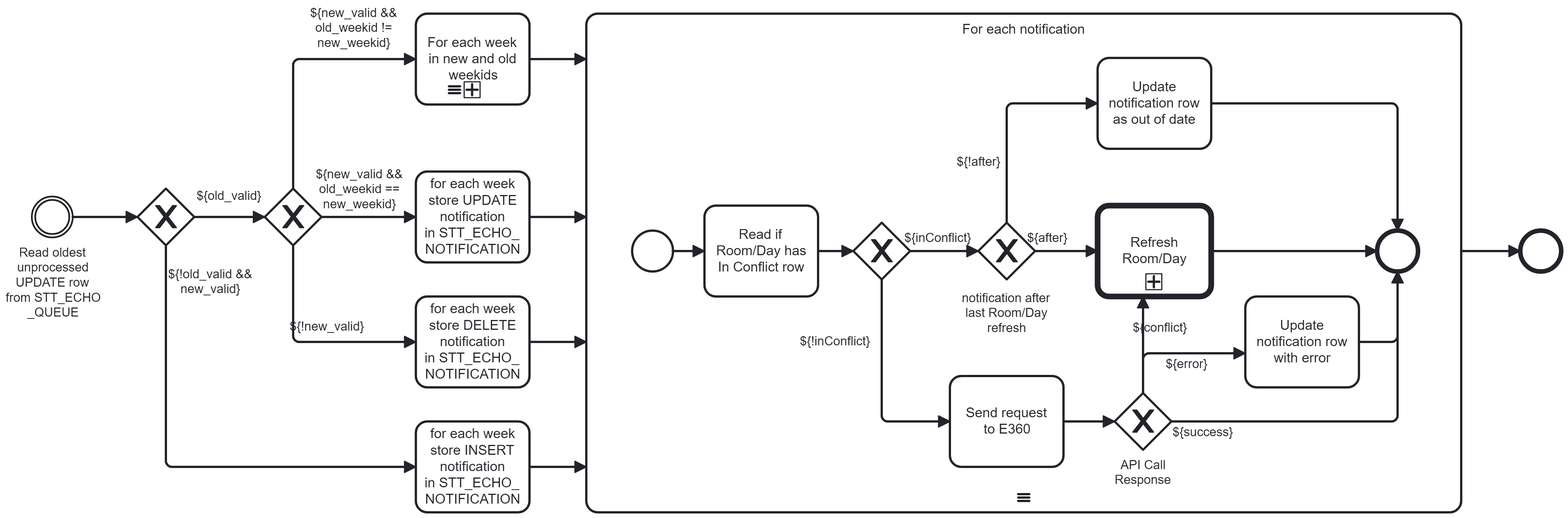
Earlier version of the BPMN export img/notification-update.png (ororker/cmis-e360). Its source is kept beside it as notification-update.bpmn. Ids are renumbered.
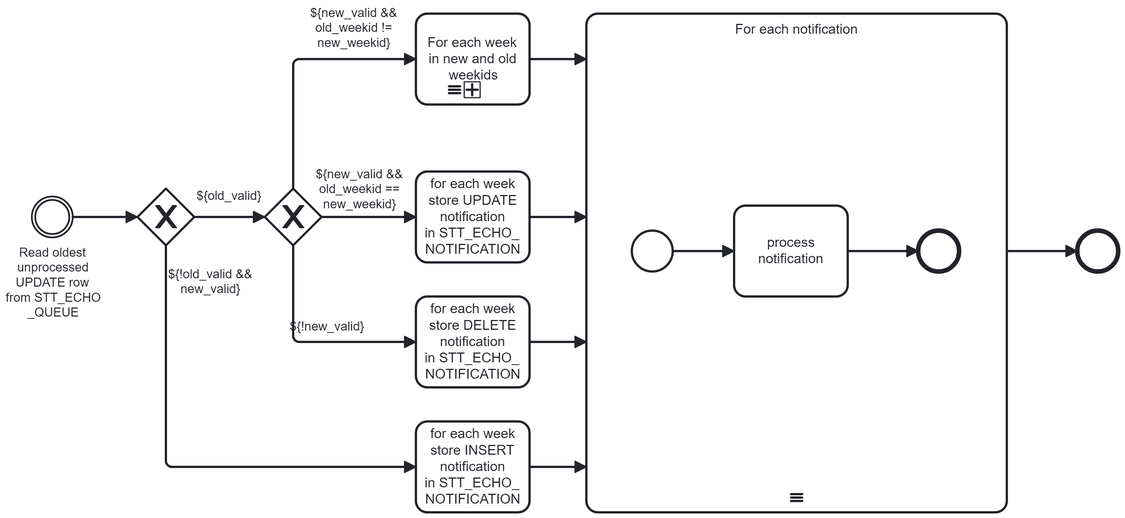
Later version of the same file.

What changed in the source:
```diff
@@ -1,4 +1,4 @@
-<bpmn:definitions xmlns:bpmn="http://www.omg.org/spec/BPMN/20100524/MODEL" xmlns:bpmndi="http://www.omg.org/spec/BPMN/20100524/DI" xmlns:dc="http://www.omg.org/spec/DD/20100524/DC" xmlns:di="http://www.omg.org/spec/DD/20100524/DI" xmlns:xsi="http://www.w3.org/2001/XMLSchema-instance" xmlns:zeebe="http://camunda.org/schema/zeebe/1.0" xmlns:modeler="http://camunda.org/schema/modeler/1.0" id="Definitions_n1" targetNamespace="http://bpmn.io/schema/bpmn" exporter="Camunda Modeler" exporterVersion="5.29.0" modeler:executionPlatform="Camunda Cloud" modeler:executionPlatformVersion="8.6.0">
+<bpmn:definitions xmlns:bpmn="http://www.omg.org/spec/BPMN/20100524/MODEL" xmlns:bpmndi="http://www.omg.org/spec/BPMN/20100524/DI" xmlns:dc="http://www.omg.org/spec/DD/20100524/DC" xmlns:di="http://www.omg.org/spec/DD/20100524/DI" xmlns:xsi="http://www.w3.org/2001/XMLSchema-instance" xmlns:modeler="http://camunda.org/schema/modeler/1.0" id="Definitions_n1" targetNamespace="http://bpmn.io/schema/bpmn" exporter="Camunda Modeler" exporterVersion="5.29.0" modeler:executionPlatform="Camunda Cloud" modeler:executionPlatformVersion="8.6.0">
   <bpmn:process id="Process_n2" isExecutable="true">
     <bpmn:sequenceFlow id="Flow_n3" name="${!new_valid}" sourceRef="Gateway_n4" targetRef="Activity_n5" />
     <bpmn:sequenceFlow id="Flow_n6" name="${!old_valid &#38;&#38; new_valid}" sourceRef="Gateway_n7" targetRef="Activity_n8" />
@@ -21,67 +21,17 @@
       <bpmn:incoming>Flow_n21</bpmn:incoming>
       <bpmn:outgoing>Flow_n15</bpmn:outgoing>
       <bpmn:multiInstanceLoopCharacteristics isSequential="true" />
-      <bpmn:sequenceFlow id="Flow_n23" name="${!after}" sourceRef="Gateway_n24" targetRef="Activity_n25" />
-      <bpmn:sequenceFlow id="Flow_n26" name="${!inConflict}" sourceRef="Gateway_n27" targetRef="Activity_n28" />
-      <bpmn:sequenceFlow id="Flow_n29" name="${after}" sourceRef="Gateway_n24" targetRef="Activity_n30" />
-      <bpmn:sequenceFlow id="Flow_n31" name="${conflict}" sourceRef="Gateway_n32" targetRef="Activity_n30" />
-      <bpmn:sequenceFlow id="Flow_n33" name="${error}" sourceRef="Gateway_n32" targetRef="Activity_n34" />
-      <bpmn:sequenceFlow id="Flow_n35" name="${inConflict}" sourceRef="Gateway_n27" targetRef="Gateway_n24" />
-      <bpmn:sequenceFlow id="Flow_n36" name="${success}" sourceRef="Gateway_n32" targetRef="Event_n37" />
-      <bpmn:exclusiveGateway id="Gateway_n32" name="API Call Response">
-        <bpmn:incoming>Flow_n38</bpmn:incoming>
-        <bpmn:outgoing>Flow_n36</bpmn:outgoing>
-        <bpmn:outgoing>Flow_n31</bpmn:outgoing>
-        <bpmn:outgoing>Flow_n33</bpmn:outgoing>
-      </bpmn:exclusiveGateway>
       <bpmn:startEvent id="Event_n39">
-        <bpmn:outgoing>Flow_n40</bpmn:outgoing>
+        <bpmn:outgoing>Flow_n61</bpmn:outgoing>
       </bpmn:startEvent>
-      <bpmn:endEvent id="Event_n37">
-        <bpmn:incoming>Flow_n41</bpmn:incoming>
-        <bpmn:incoming>Flow_n42</bpmn:incoming>
-        <bpmn:incoming>Flow_n43</bpmn:incoming>
-        <bpmn:incoming>Flow_n36</bpmn:incoming>
+      <bpmn:endEvent id="Event_n62">
+        <bpmn:incoming>Flow_n63</bpmn:incoming>
       </bpmn:endEvent>
-      <bpmn:sequenceFlow id="Flow_n38" sourceRef="Activity_n28" targetRef="Gateway_n32" />
-      <bpmn:sequenceFlow id="Flow_n40" sourceRef="Event_n39" targetRef="Gateway_n44" />
-      <bpmn:sequenceFlow id="Flow_n42" sourceRef="Activity_n25" targetRef="Event_n37" />
-      <bpmn:sequenceFlow id="Flow_n41" sourceRef="Activity_n30" targetRef="Event_n37" />
-      <bpmn:sequenceFlow id="Flow_n43" sourceRef="Activity_n34" targetRef="Event_n37" />
-      <bpmn:sequenceFlow id="Flow_n45" sourceRef="Gateway_n27" targetRef="Gateway_n24" />
-      <bpmn:exclusiveGateway id="Gateway_n27">
-        <bpmn:outgoing>Flow_n26</bpmn:outgoing>
-        <bpmn:outgoing>Flow_n35</bpmn:outgoing>
-        <bpmn:outgoing>Flow_n45</bpmn:outgoing>
-      </bpmn:exclusiveGateway>
-      <bpmn:exclusiveGateway id="Gateway_n44" name="Last room/day refresh after notification">
-        <bpmn:incoming>Flow_n40</bpmn:incoming>
-      </bpmn:exclusiveGateway>
-      <bpmn:exclusiveGateway id="Gateway_n24" name="notification after last Room/Day refresh">
-        <bpmn:incoming>Flow_n45</bpmn:incoming>
-        <bpmn:incoming>Flow_n35</bpmn:incoming>
-        <bpmn:outgoing>Flow_n23</bpmn:outgoing>
-        <bpmn:outgoing>Flow_n29</bpmn:outgoing>
-      </bpmn:exclusiveGateway>
-      <bpmn:callActivity id="Activity_n30" name="Refresh Room/Day">
-        <bpmn:extensionElements>
-          <zeebe:calledElement processId="refresh-room-day" propagateAllChildVariables="false" />
-        </bpmn:extensionElements>
-        <bpmn:incoming>Flow_n29</bpmn:incoming>
-        <bpmn:incoming>Flow_n31</bpmn:incoming>
-        <bpmn:outgoing>Flow_n41</bpmn:outgoing>
-      </bpmn:callActivity>
-      <bpmn:task id="Activity_n28" name="Send request to E360">
-        <bpmn:incoming>Flow_n26</bpmn:incoming>
-        <bpmn:outgoing>Flow_n38</bpmn:outgoing>
-      </bpmn:task>
-      <bpmn:task id="Activity_n25" name="Update notification row as out of date">
-        <bpmn:incoming>Flow_n23</bpmn:incoming>
-        <bpmn:outgoing>Flow_n42</bpmn:outgoing>
-      </bpmn:task>
-      <bpmn:task id="Activity_n34" name="Update notification row with error">
-        <bpmn:incoming>Flow_n33</bpmn:incoming>
-        <bpmn:outgoing>Flow_n43</bpmn:outgoing>
+      <bpmn:sequenceFlow id="Flow_n63" sourceRef="Activity_n64" targetRef="Event_n62" />
+      <bpmn:sequenceFlow id="Flow_n61" sourceRef="Event_n39" targetRef="Activity_n64" />
+      <bpmn:task id="Activity_n64" name="process notification">
+        <bpmn:incoming>Flow_n61</bpmn:incoming>
+        <bpmn:outgoing>Flow_n63</bpmn:outgoing>
       </bpmn:task>
     </bpmn:subProcess>
     <bpmn:subProcess id="Activity_n10" name="For each week in new and old weekids">
@@ -151,11 +101,34 @@
   </bpmn:process>
   <bpmndi:BPMNDiagram id="BPMNDiagram_1">
     <bpmndi:BPMNPlane id="BPMNPlane_1" bpmnElement="Process_n2">
-      <bpmndi:BPMNShape id="Gateway_n7_di" bpmnElement="Gateway_n7" isMarkerVisible="true">
-        <dc:Bounds x="275" y="255" width="50" height="50" />
+      <bpmndi:BPMNShape id="Event_n14_di" bpmnElement="Event_n14">
+        <dc:Bounds x="1102" y="292" width="36" height="36" />
       </bpmndi:BPMNShape>
-      <bpmndi:BPMNShape id="Gateway_n4_di" bpmnElement="Gateway_n4" isMarkerVisible="true">
-        <dc:Bounds x="387" y="255" width="50" height="50" />
+      <bpmndi:BPMNShape id="Activity_16q0xm1_di" bpmnElement="Activity_n19" isExpanded="true">
+        <dc:Bounds x="670" y="101" width="370" height="439" />
+        <bpmndi:BPMNLabel />
+      </bpmndi:BPMNShape>
+      <bpmndi:BPMNShape id="Event_n39_di" bpmnElement="Event_n39">
+        <dc:Bounds x="710.3333333333335" y="292" width="36" height="36" />
+      </bpmndi:BPMNShape>
+      <bpmndi:BPMNShape id="Activity_n64_di" bpmnElement="Activity_n64">
+        <dc:Bounds x="800" y="270" width="100" height="80" />
+        <bpmndi:BPMNLabel />
+      </bpmndi:BPMNShape>
+      <bpmndi:BPMNShape id="Event_n62_di" bpmnElement="Event_n62">
+        <dc:Bounds x="962" y="292" width="36" height="36" />
+      </bpmndi:BPMNShape>
+      <bpmndi:BPMNEdge id="Flow_n61_di" bpmnElement="Flow_n61">
+        <di:waypoint x="746" y="310" />
+        <di:waypoint x="800" y="310" />
+      </bpmndi:BPMNEdge>
+      <bpmndi:BPMNEdge id="Flow_n63_di" bpmnElement="Flow_n63">
+        <di:waypoint x="900" y="310" />
+        <di:waypoint x="962" y="310" />
+      </bpmndi:BPMNEdge>
+      <bpmndi:BPMNShape id="Activity_136tng3_di" bpmnElement="Activity_n10" isExpanded="false">
+        <dc:Bounds x="520" y="101" width="100" height="80" />
+        <bpmndi:BPMNLabel />
       </bpmndi:BPMNShape>
       <bpmndi:BPMNShape id="Activity_n5_di" bpmnElement="Activity_n5">
         <dc:Bounds x="520" y="350" width="100" height="80" />
@@ -169,147 +142,25 @@
         <dc:Bounds x="520" y="240" width="100" height="80" />
         <bpmndi:BPMNLabel />
       </bpmndi:BPMNShape>
+      <bpmndi:BPMNShape id="Gateway_n7_di" bpmnElement="Gateway_n7" isMarkerVisible="true">
+        <dc:Bounds x="275" y="255" width="50" height="50" />
+      </bpmndi:BPMNShape>
+      <bpmndi:BPMNShape id="Gateway_n4_di" bpmnElement="Gateway_n4" isMarkerVisible="true">
+        <dc:Bounds x="387" y="255" width="50" height="50" />
+      </bpmndi:BPMNShape>
       <bpmndi:BPMNShape id="Event_n17_di" bpmnElement="Event_n17">
         <dc:Bounds x="182" y="262" width="36" height="36" />
         <bpmndi:BPMNLabel>
           <dc:Bounds x="159" y="305" width="84" height="66" />
         </bpmndi:BPMNLabel>
       </bpmndi:BPMNShape>
-      <bpmndi:BPMNShape id="Event_n14_di" bpmnElement="Event_n14">
-        <dc:Bounds x="1942" y="292" width="36" height="36" />
-      </bpmndi:BPMNShape>
-      <bpmndi:BPMNShape id="Activity_136tng3_di" bpmnElement="Activity_n10" isExpanded="false">
-        <dc:Bounds x="520" y="101" width="100" height="80" />
-        <bpmndi:BPMNLabel />
-      </bpmndi:BPMNShape>
-      <bpmndi:BPMNShape id="Activity_16q0xm1_di" bpmnElement="Activity_n19" isExpanded="true">
-        <dc:Bounds x="670" y="101" width="1220" height="439" />
-        <bpmndi:BPMNLabel />
-      </bpmndi:BPMNShape>
-      <bpmndi:BPMNShape id="Event_n39_di" bpmnElement="Event_n39">
-        <dc:Bounds x="710.3333333333335" y="292" width="36" height="36" />
-      </bpmndi:BPMNShape>
-      <bpmndi:BPMNShape id="Activity_n28_di" bpmnElement="Activity_n28">
-        <dc:Bounds x="1440" y="420" width="100" height="80" />
-        <bpmndi:BPMNLabel />
-      </bpmndi:BPMNShape>
-      <bpmndi:BPMNShape id="Gateway_n32_di" bpmnElement="Gateway_n32" isMarkerVisible="true">
-        <dc:Bounds x="1585" y="435" width="50" height="50" />
+      <bpmndi:BPMNEdge id="Flow_n3_di" bpmnElement="Flow_n3">
+        <di:waypoint x="412" y="305" />
+        <di:waypoint x="412" y="390" />
+        <di:waypoint x="520" y="390" />
         <bpmndi:BPMNLabel>
-          <dc:Bounds x="1585" y="492" width="50" height="27" />
+          <dc:Bounds x="409" y="370" width="66" height="14" />
         </bpmndi:BPMNLabel>
-      </bpmndi:BPMNShape>
-      <bpmndi:BPMNShape id="Activity_132zeoh_di" bpmnElement="Activity_n30">
-        <dc:Bounds x="1570" y="270" width="100" height="80" />
-      </bpmndi:BPMNShape>
-      <bpmndi:BPMNShape id="Gateway_n27_di" bpmnElement="Gateway_n27" isMarkerVisible="true">
-        <dc:Bounds x="1355" y="285" width="50" height="50" />
-      </bpmndi:BPMNShape>
-      <bpmndi:BPMNShape id="Gateway_n24_di" bpmnElement="Gateway_n24" isMarkerVisible="true">
-        <dc:Bounds x="1465" y="285" width="50" height="50" />
-        <bpmndi:BPMNLabel>
-          <dc:Bounds x="1450.5" y="345" width="79" height="40" />
-        </bpmndi:BPMNLabel>
-      </bpmndi:BPMNShape>
-      <bpmndi:BPMNShape id="Activity_n25_di" bpmnElement="Activity_n25">
-        <dc:Bounds x="1570" y="140" width="100" height="80" />
-        <bpmndi:BPMNLabel />
-      </bpmndi:BPMNShape>
-      <bpmndi:BPMNShape id="Activity_n34_di" bpmnElement="Activity_n34">
-        <dc:Bounds x="1700" y="350" width="100" height="80" />
-        <bpmndi:BPMNLabel />
-      </bpmndi:BPMNShape>
-      <bpmndi:BPMNShape id="Event_n37_di" bpmnElement="Event_n37">
-        <dc:Bounds x="1816" y="292" width="36" height="36" />
-      </bpmndi:BPMNShape>
-      <bpmndi:BPMNShape id="Gateway_n44_di" bpmnElement="Gateway_n44" isMarkerVisible="true">
-        <dc:Bounds x="805" y="285" width="50" height="50" />
-        <bpmndi:BPMNLabel>
-          <dc:Bounds x="795" y="236" width="71" height="40" />
-        </bpmndi:BPMNLabel>
-      </bpmndi:BPMNShape>
-      <bpmndi:BPMNEdge id="Flow_n26_di" bpmnElement="Flow_n26">
-        <di:waypoint x="1380" y="335" />
-        <di:waypoint x="1380" y="460" />
-        <di:waypoint x="1440" y="460" />
-        <bpmndi:BPMNLabel>
-          <dc:Bounds x="1308" y="383" width="63" height="14" />
-        </bpmndi:BPMNLabel>
-      </bpmndi:BPMNEdge>
-      <bpmndi:BPMNEdge id="Flow_n38_di" bpmnElement="Flow_n38">
-        <di:waypoint x="1540" y="460" />
-        <di:waypoint x="1585" y="460" />
-      </bpmndi:BPMNEdge>
-      <bpmndi:BPMNEdge id="Flow_n23_di" bpmnElement="Flow_n23">
-        <di:waypoint x="1490" y="285" />
-        <di:waypoint x="1490" y="180" />
-        <di:waypoint x="1570" y="180" />
-        <bpmndi:BPMNLabel>
-          <dc:Bounds x="1446" y="225" width="39" height="14" />
-        </bpmndi:BPMNLabel>
-      </bpmndi:BPMNEdge>
-      <bpmndi:BPMNEdge id="Flow_n42_di" bpmnElement="Flow_n42">
-        <di:waypoint x="1670" y="180" />
-        <di:waypoint x="1834" y="180" />
-        <di:waypoint x="1834" y="292" />
-      </bpmndi:BPMNEdge>
-      <bpmndi:BPMNEdge id="Flow_n41_di" bpmnElement="Flow_n41">
-        <di:waypoint x="1670" y="310" />
-        <di:waypoint x="1816" y="310" />
-      </bpmndi:BPMNEdge>
-      <bpmndi:BPMNEdge id="Flow_n43_di" bpmnElement="Flow_n43">
-        <di:waypoint x="1800" y="390" />
-        <di:waypoint x="1834" y="390" />
-        <di:waypoint x="1834" y="328" />
-      </bpmndi:BPMNEdge>
-      <bpmndi:BPMNEdge id="Flow_n36_di" bpmnElement="Flow_n36">
-        <di:waypoint x="1635" y="460" />
-        <di:waypoint x="1834" y="460" />
-        <di:waypoint x="1834" y="328" />
-        <bpmndi:BPMNLabel>
-          <dc:Bounds x="1636" y="463" width="54" height="14" />
-        </bpmndi:BPMNLabel>
-      </bpmndi:BPMNEdge>
-      <bpmndi:BPMNEdge id="Flow_n29_di" bpmnElement="Flow_n29">
-        <di:waypoint x="1515" y="310" />
-        <di:waypoint x="1570" y="310" />
-        <bpmndi:BPMNLabel>
-          <dc:Bounds x="1508" y="292" width="36" height="14" />
-        </bpmndi:BPMNLabel>
-      </bpmndi:BPMNEdge>
-      <bpmndi:BPMNEdge id="Flow_n31_di" bpmnElement="Flow_n31">
-        <di:waypoint x="1610" y="435" />
-        <di:waypoint x="1610" y="350" />
-        <bpmndi:BPMNLabel>
-          <dc:Bounds x="1601" y="371" width="49" height="14" />
-        </bpmndi:BPMNLabel>
-      </bpmndi:BPMNEdge>
-      <bpmndi:BPMNEdge id="Flow_n33_di" bpmnElement="Flow_n33">
-        <di:waypoint x="1610" y="435" />
-        <di:waypoint x="1610" y="400" />
-        <di:waypoint x="1700" y="400" />
-        <bpmndi:BPMNLabel>
-          <dc:Bounds x="1630" y="403" width="38" height="14" />
-        </bpmndi:BPMNLabel>
-      </bpmndi:BPMNEdge>
-      <bpmndi:BPMNEdge id="Flow_n35_di" bpmnElement="Flow_n35">
-        <di:waypoint x="1405" y="310" />
-        <di:waypoint x="1465" y="310" />
-        <bpmndi:BPMNLabel>
-          <dc:Bounds x="1400" y="292" width="60" height="14" />
-        </bpmndi:BPMNLabel>
-      </bpmndi:BPMNEdge>
-      <bpmndi:BPMNEdge id="Flow_n45_di" bpmnElement="Flow_n45">
-        <di:waypoint x="1405" y="310" />
-        <di:waypoint x="1465" y="310" />
-      </bpmndi:BPMNEdge>
-      <bpmndi:BPMNEdge id="Flow_n40_di" bpmnElement="Flow_n40">
-        <di:waypoint x="746" y="310" />
-        <di:waypoint x="805" y="310" />
-      </bpmndi:BPMNEdge>
-      <bpmndi:BPMNEdge id="Flow_n16_di" bpmnElement="Flow_n16">
-        <di:waypoint x="218" y="280" />
-        <di:waypoint x="275" y="280" />
       </bpmndi:BPMNEdge>
       <bpmndi:BPMNEdge id="Flow_n6_di" bpmnElement="Flow_n6">
         <di:waypoint x="300" y="305" />
@@ -317,13 +168,6 @@
         <di:waypoint x="520" y="500" />
         <bpmndi:BPMNLabel>
           <dc:Bounds x="302" y="324" width="75" height="27" />
-        </bpmndi:BPMNLabel>
-      </bpmndi:BPMNEdge>
-      <bpmndi:BPMNEdge id="Flow_n13_di" bpmnElement="Flow_n13">
-        <di:waypoint x="325" y="280" />
-        <di:waypoint x="387" y="280" />
-        <bpmndi:BPMNLabel>
-          <dc:Bounds x="327" y="255" width="58" height="14" />
         </bpmndi:BPMNLabel>
       </bpmndi:BPMNEdge>
       <bpmndi:BPMNEdge id="Flow_n9_di" bpmnElement="Flow_n9">
@@ -334,20 +178,31 @@
           <dc:Bounds x="427" y="94" width="78" height="40" />
         </bpmndi:BPMNLabel>
       </bpmndi:BPMNEdge>
-      <bpmndi:BPMNEdge id="Flow_n3_di" bpmnElement="Flow_n3">
-        <di:waypoint x="412" y="305" />
-        <di:waypoint x="412" y="390" />
-        <di:waypoint x="520" y="390" />
-        <bpmndi:BPMNLabel>
-          <dc:Bounds x="409" y="370" width="66" height="14" />
-        </bpmndi:BPMNLabel>
-      </bpmndi:BPMNEdge>
       <bpmndi:BPMNEdge id="Flow_n11_di" bpmnElement="Flow_n11">
         <di:waypoint x="437" y="280" />
         <di:waypoint x="520" y="280" />
         <bpmndi:BPMNLabel>
           <dc:Bounds x="432" y="236" width="78" height="40" />
         </bpmndi:BPMNLabel>
+      </bpmndi:BPMNEdge>
+      <bpmndi:BPMNEdge id="Flow_n13_di" bpmnElement="Flow_n13">
+        <di:waypoint x="325" y="280" />
+        <di:waypoint x="387" y="280" />
+        <bpmndi:BPMNLabel>
+          <dc:Bounds x="327" y="255" width="58" height="14" />
+        </bpmndi:BPMNLabel>
+      </bpmndi:BPMNEdge>
+      <bpmndi:BPMNEdge id="Flow_n16_di" bpmnElement="Flow_n16">
+        <di:waypoint x="218" y="280" />
+        <di:waypoint x="275" y="280" />
+      </bpmndi:BPMNEdge>
+      <bpmndi:BPMNEdge id="Flow_n18_di" bpmnElement="Flow_n18">
+        <di:waypoint x="620" y="280" />
+        <di:waypoint x="670" y="280" />
+      </bpmndi:BPMNEdge>
+      <bpmndi:BPMNEdge id="Flow_n15_di" bpmnElement="Flow_n15">
+        <di:waypoint x="1040" y="310" />
+        <di:waypoint x="1102" y="310" />
       </bpmndi:BPMNEdge>
       <bpmndi:BPMNEdge id="Flow_n20_di" bpmnElement="Flow_n20">
         <di:waypoint x="620" y="390" />
@@ -356,14 +211,6 @@
       <bpmndi:BPMNEdge id="Flow_n21_di" bpmnElement="Flow_n21">
         <di:waypoint x="620" y="500" />
         <di:waypoint x="670" y="500" />
-      </bpmndi:BPMNEdge>
-      <bpmndi:BPMNEdge id="Flow_n18_di" bpmnElement="Flow_n18">
-        <di:waypoint x="620" y="280" />
-        <di:waypoint x="670" y="280" />
-      </bpmndi:BPMNEdge>
-      <bpmndi:BPMNEdge id="Flow_n15_di" bpmnElement="Flow_n15">
-        <di:waypoint x="1890" y="310" />
-        <di:waypoint x="1942" y="310" />
       </bpmndi:BPMNEdge>
       <bpmndi:BPMNEdge id="Flow_n22_di" bpmnElement="Flow_n22">
         <di:waypoint x="620" y="141" />
@@ -389,34 +236,14 @@
         <dc:Bounds x="438" y="392" width="100" height="80" />
         <bpmndi:BPMNLabel />
       </bpmndi:BPMNShape>
+      <bpmndi:BPMNShape id="Activity_n52_di" bpmnElement="Activity_n52">
+        <dc:Bounds x="438" y="162" width="100" height="80" />
+        <bpmndi:BPMNLabel />
+      </bpmndi:BPMNShape>
       <bpmndi:BPMNShape id="Activity_n50_di" bpmnElement="Activity_n50">
         <dc:Bounds x="438" y="282" width="100" height="80" />
         <bpmndi:BPMNLabel />
       </bpmndi:BPMNShape>
-      <bpmndi:BPMNShape id="Activity_n52_di" bpmnElement="Activity_n52">
-        <dc:Bounds x="438" y="162" width="100" height="80" />
-        <bpmndi:BPMNLabel />
-      </bpmndi:BPMNShape>
-      <bpmndi:BPMNEdge id="Flow_n54_di" bpmnElement="Flow_n54">
-        <di:waypoint x="216" y="322" />
-        <di:waypoint x="253" y="322" />
-      </bpmndi:BPMNEdge>
-      <bpmndi:BPMNEdge id="Flow_n56_di" bpmnElement="Flow_n56">
-        <di:waypoint x="538" y="322" />
-        <di:waypoint x="600" y="322" />
-      </bpmndi:BPMNEdge>
-      <bpmndi:BPMNEdge id="Flow_n57_di" bpmnElement="Flow_n57">
-        <di:waypoint x="538" y="432" />
-        <di:waypoint x="569" y="432" />
-        <di:waypoint x="569" y="322" />
-        <di:waypoint x="600" y="322" />
-      </bpmndi:BPMNEdge>
-      <bpmndi:BPMNEdge id="Flow_n58_di" bpmnElement="Flow_n58">
-        <di:waypoint x="538" y="202" />
-        <di:waypoint x="568" y="202" />
-        <di:waypoint x="568" y="322" />
-        <di:waypoint x="600" y="322" />
-      </bpmndi:BPMNEdge>
       <bpmndi:BPMNEdge id="Flow_n46_di" bpmnElement="Flow_n46">
         <di:waypoint x="278" y="347" />
         <di:waypoint x="278" y="432" />
@@ -440,6 +267,26 @@
           <dc:Bounds x="327" y="160" width="81" height="40" />
         </bpmndi:BPMNLabel>
       </bpmndi:BPMNEdge>
+      <bpmndi:BPMNEdge id="Flow_n56_di" bpmnElement="Flow_n56">
+        <di:waypoint x="538" y="322" />
+        <di:waypoint x="600" y="322" />
+      </bpmndi:BPMNEdge>
+      <bpmndi:BPMNEdge id="Flow_n57_di" bpmnElement="Flow_n57">
+        <di:waypoint x="538" y="432" />
+        <di:waypoint x="569" y="432" />
+        <di:waypoint x="569" y="322" />
+        <di:waypoint x="600" y="322" />
+      </bpmndi:BPMNEdge>
+      <bpmndi:BPMNEdge id="Flow_n54_di" bpmnElement="Flow_n54">
+        <di:waypoint x="216" y="322" />
+        <di:waypoint x="253" y="322" />
+      </bpmndi:BPMNEdge>
+      <bpmndi:BPMNEdge id="Flow_n58_di" bpmnElement="Flow_n58">
+        <di:waypoint x="538" y="202" />
+        <di:waypoint x="568" y="202" />
+        <di:waypoint x="568" y="322" />
+        <di:waypoint x="600" y="322" />
+      </bpmndi:BPMNEdge>
     </bpmndi:BPMNPlane>
   </bpmndi:BPMNDiagram>
 </bpmn:definitions>
```
